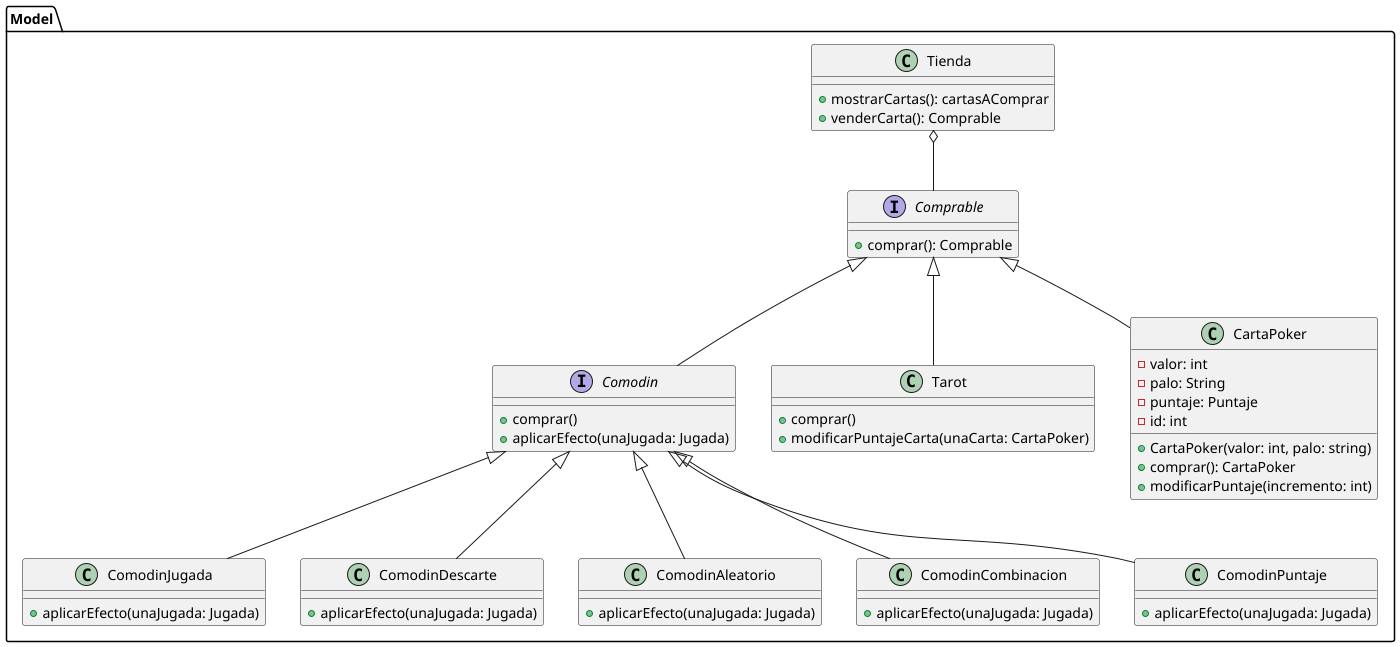
The PlantUML diagram diagrams/classes/clasesBalatro3.png in carruizdiaz1109/UBAlatro, before a commit.
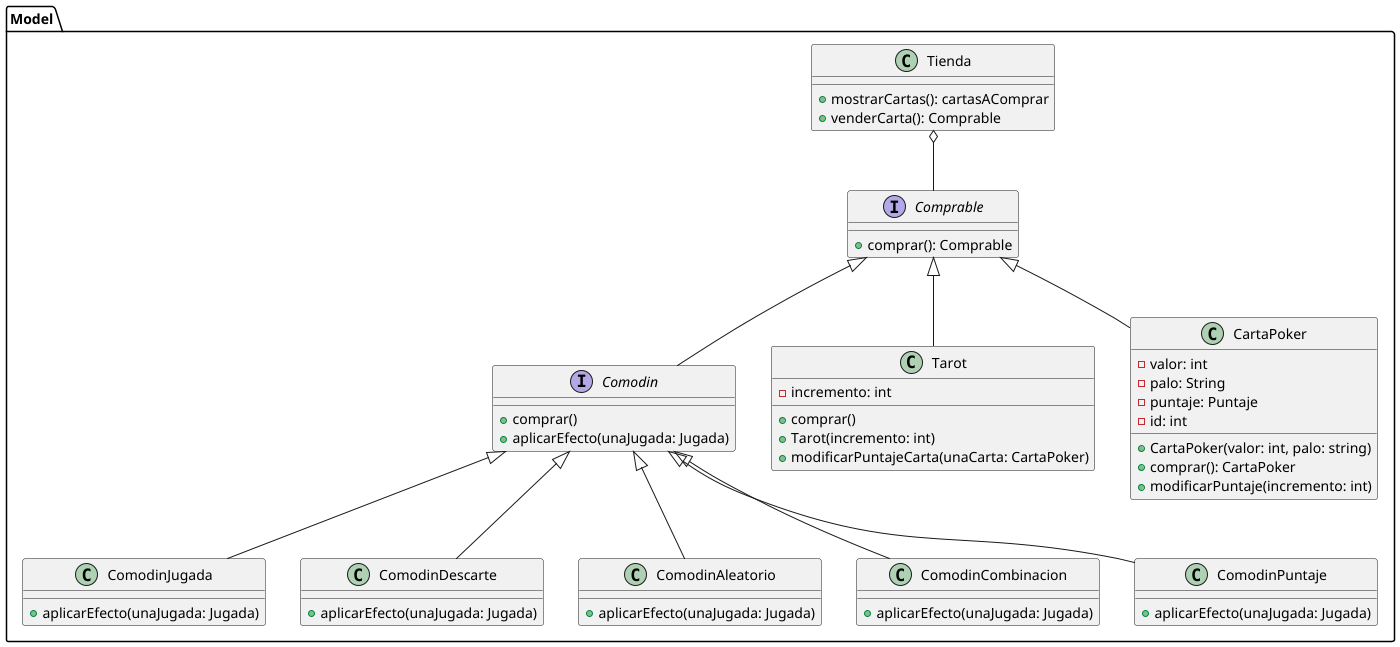
Above is the later version.

Commit message:
Se agregan test Tarot

What changed in the source:
```diff
@@ -33,7 +33,9 @@
 }
 
 class Tarot {
+    - incremento: int
     + comprar()
+    + Tarot(incremento: int)
     +modificarPuntajeCarta(unaCarta: CartaPoker)
 }
 
```
